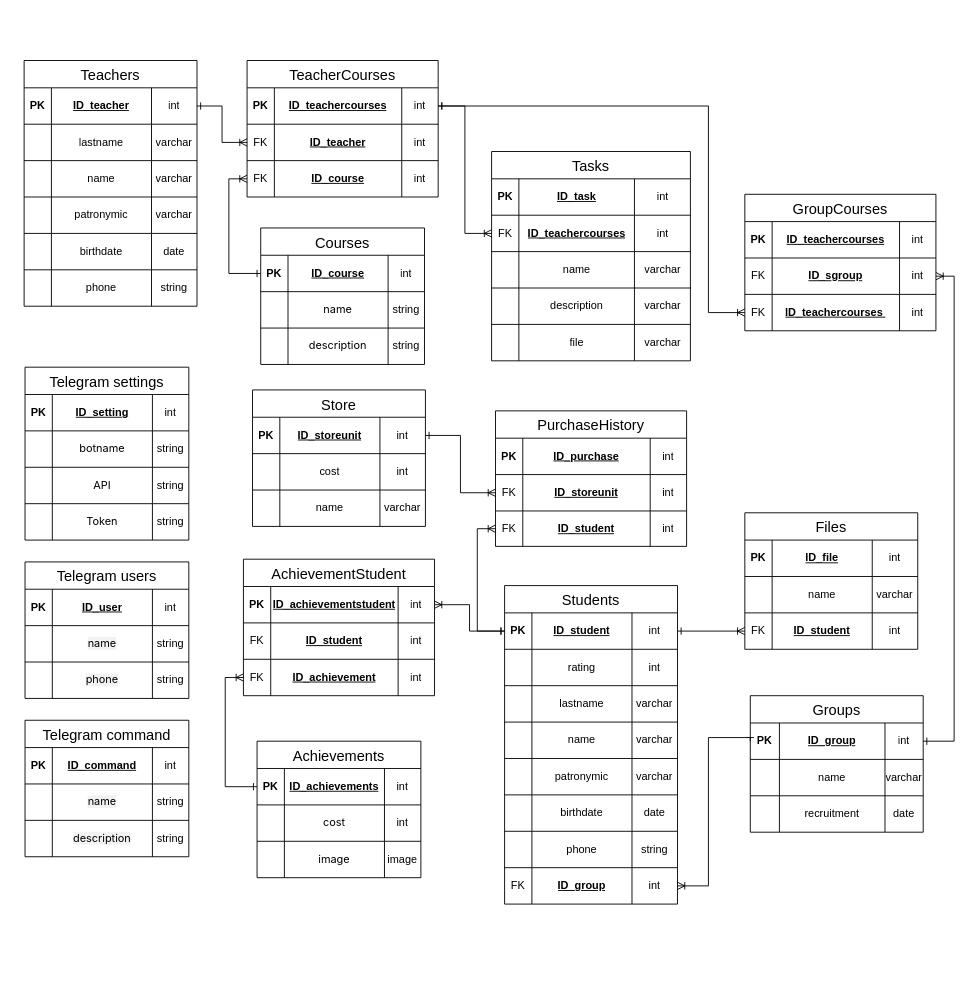
Before: Документация/ER-диаграммаПлюсик.drawio in LerkaIssy/Plyusik, a draw.io diagram. Source tidied: cells renumbered, new cells numbered last; positions are measured from the earlier drawing's top-left corner, leaving out a move shared by most shapes. Both pictures are drawn from the tidied source at 91%, with x=0, y=0 at pixel (24, 60).
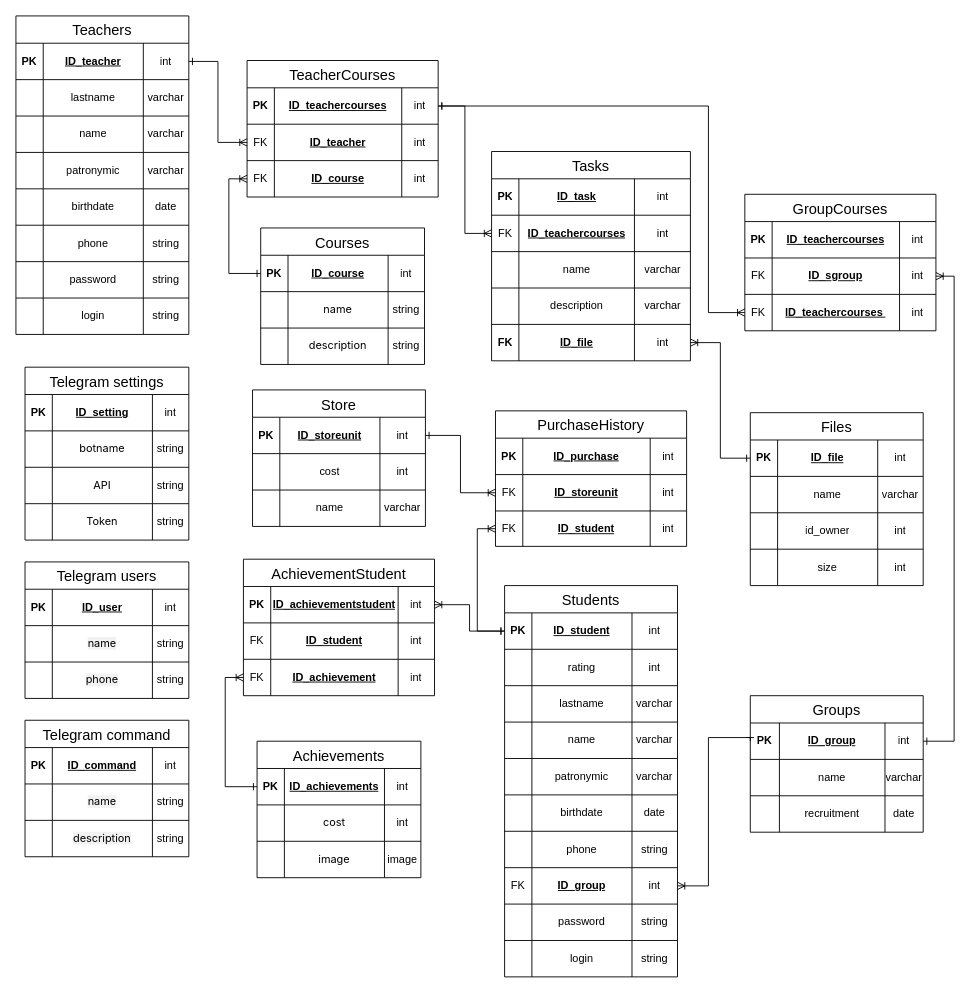
The same diagram, later.

Commit message (it also covers changes not shown here):
Завершение работы с ER-диаграммой

The change refers to these unchanged cells:
```xml
<mxCell id="123" style="shape=tableRow;horizontal=0;startSize=0;swimlaneHead=0;swimlaneBody=0;strokeColor=inherit;top=0;left=0;bottom=0;right=0;fillColor=none;points=[[0,0.5],[1,0.5]];portConstraint=eastwest;fontSize=12;" parent="122" vertex="1">
  <mxGeometry y="30" width="190" height="40" as="geometry" />
</mxCell>
<mxCell id="156" style="shape=tableRow;horizontal=0;startSize=0;swimlaneHead=0;swimlaneBody=0;strokeColor=inherit;top=0;left=0;bottom=0;right=0;fillColor=none;points=[[0,0.5],[1,0.5]];portConstraint=eastwest;fontSize=12;" parent="155" vertex="1">
  <mxGeometry y="30" width="190" height="40" as="geometry" />
</mxCell>
<mxCell id="164" style="shape=tableRow;horizontal=0;startSize=0;swimlaneHead=0;swimlaneBody=0;strokeColor=inherit;top=0;left=0;bottom=0;right=0;fillColor=none;points=[[0,0.5],[1,0.5]];portConstraint=eastwest;fontSize=12;" parent="155" vertex="1">
  <mxGeometry y="110" width="190" height="40" as="geometry" />
</mxCell>
<mxCell id="242" style="shape=tableRow;horizontal=0;startSize=0;swimlaneHead=0;swimlaneBody=0;strokeColor=inherit;top=0;left=0;bottom=0;right=0;fillColor=none;points=[[0,0.5],[1,0.5]];portConstraint=eastwest;fontSize=12;" parent="225" vertex="1">
  <mxGeometry y="190" width="218.5" height="40" as="geometry" />
</mxCell>
```

The edit, as a diff of the source:
```diff
@@
     <mxCell id="2" value="Teachers" style="shape=table;startSize=30;childLayout=tableLayout;strokeColor=default;fontSize=16;" parent="1" vertex="1">
-      <mxGeometry width="190" height="270" as="geometry" />
+      <mxGeometry x="-9" y="-49" width="190" height="350" as="geometry" />
     </mxCell>
@@
+    <mxCell id="252" style="shape=tableRow;horizontal=0;startSize=0;swimlaneHead=0;swimlaneBody=0;strokeColor=inherit;top=0;left=0;bottom=0;right=0;fillColor=none;fontSize=12;" parent="2" vertex="1">
+      <mxGeometry y="270" width="190" height="40" as="geometry" />
+    </mxCell>
+    <mxCell id="253" style="shape=partialRectangle;html=1;whiteSpace=wrap;strokeColor=inherit;overflow=hidden;fillColor=none;top=0;left=0;bottom=0;right=0;fontSize=12;" parent="252" vertex="1">
+      <mxGeometry width="30" height="40" as="geometry" />
+    </mxCell>
+    <mxCell id="254" value="&lt;span style=&quot;text-align: left;&quot;&gt;password&lt;/span&gt;" style="shape=partialRectangle;html=1;whiteSpace=wrap;strokeColor=inherit;overflow=hidden;fillColor=none;top=0;left=0;bottom=0;right=0;fontSize=12;" parent="252" vertex="1">
+      <mxGeometry x="30" width="110" height="40" as="geometry" />
+    </mxCell>
+    <mxCell id="255" value="string" style="shape=partialRectangle;html=1;whiteSpace=wrap;strokeColor=inherit;overflow=hidden;fillColor=none;top=0;left=0;bottom=0;right=0;fontSize=12;" parent="252" vertex="1">
+      <mxGeometry x="140" width="50" height="40" as="geometry" />
+    </mxCell>
+    <mxCell id="256" style="shape=tableRow;horizontal=0;startSize=0;swimlaneHead=0;swimlaneBody=0;strokeColor=inherit;top=0;left=0;bottom=0;right=0;fillColor=none;fontSize=12;" parent="2" vertex="1">
+      <mxGeometry y="310" width="190" height="40" as="geometry" />
+    </mxCell>
+    <mxCell id="257" style="shape=partialRectangle;html=1;whiteSpace=wrap;strokeColor=inherit;overflow=hidden;fillColor=none;top=0;left=0;bottom=0;right=0;fontSize=12;" parent="256" vertex="1">
+      <mxGeometry width="30" height="40" as="geometry" />
+    </mxCell>
+    <mxCell id="258" value="&lt;span style=&quot;text-align: left;&quot;&gt;login&lt;/span&gt;" style="shape=partialRectangle;html=1;whiteSpace=wrap;strokeColor=inherit;overflow=hidden;fillColor=none;top=0;left=0;bottom=0;right=0;fontSize=12;" parent="256" vertex="1">
+      <mxGeometry x="30" width="110" height="40" as="geometry" />
+    </mxCell>
+    <mxCell id="259" value="string" style="shape=partialRectangle;html=1;whiteSpace=wrap;strokeColor=inherit;overflow=hidden;fillColor=none;top=0;left=0;bottom=0;right=0;fontSize=12;" parent="256" vertex="1">
+      <mxGeometry x="140" width="50" height="40" as="geometry" />
+    </mxCell>
@@
     <mxCell id="122" value="Students" style="shape=table;startSize=30;childLayout=tableLayout;strokeColor=default;fontSize=16;" parent="1" vertex="1">
-      <mxGeometry x="528" y="577" width="190" height="350" as="geometry" />
+      <mxGeometry x="528" y="577" width="190" height="430" as="geometry" />
     </mxCell>
@@
+    <mxCell id="260" style="shape=tableRow;horizontal=0;startSize=0;swimlaneHead=0;swimlaneBody=0;strokeColor=inherit;top=0;left=0;bottom=0;right=0;fillColor=none;fontSize=12;" parent="122" vertex="1">
+      <mxGeometry y="350" width="190" height="40" as="geometry" />
+    </mxCell>
+    <mxCell id="261" style="shape=partialRectangle;html=1;whiteSpace=wrap;strokeColor=inherit;overflow=hidden;fillColor=none;top=0;left=0;bottom=0;right=0;fontSize=12;" parent="260" vertex="1">
+      <mxGeometry width="30" height="40" as="geometry" />
+    </mxCell>
+    <mxCell id="262" value="&lt;div style=&quot;text-align: left;&quot;&gt;&lt;span style=&quot;background-color: transparent; color: light-dark(rgb(0, 0, 0), rgb(255, 255, 255));&quot;&gt;password&lt;/span&gt;&lt;/div&gt;" style="shape=partialRectangle;html=1;whiteSpace=wrap;strokeColor=inherit;overflow=hidden;fillColor=none;top=0;left=0;bottom=0;right=0;fontSize=12;" parent="260" vertex="1">
+      <mxGeometry x="30" width="110" height="40" as="geometry" />
+    </mxCell>
+    <mxCell id="263" value="string" style="shape=partialRectangle;html=1;whiteSpace=wrap;strokeColor=inherit;overflow=hidden;fillColor=none;top=0;left=0;bottom=0;right=0;fontSize=12;" parent="260" vertex="1">
+      <mxGeometry x="140" width="50" height="40" as="geometry" />
+    </mxCell>
+    <mxCell id="264" style="shape=tableRow;horizontal=0;startSize=0;swimlaneHead=0;swimlaneBody=0;strokeColor=inherit;top=0;left=0;bottom=0;right=0;fillColor=none;fontSize=12;" parent="122" vertex="1">
+      <mxGeometry y="390" width="190" height="40" as="geometry" />
+    </mxCell>
+    <mxCell id="265" style="shape=partialRectangle;html=1;whiteSpace=wrap;strokeColor=inherit;overflow=hidden;fillColor=none;top=0;left=0;bottom=0;right=0;fontSize=12;" parent="264" vertex="1">
+      <mxGeometry width="30" height="40" as="geometry" />
+    </mxCell>
+    <mxCell id="266" value="&lt;div style=&quot;text-align: left;&quot;&gt;&lt;span style=&quot;background-color: transparent; color: light-dark(rgb(0, 0, 0), rgb(255, 255, 255));&quot;&gt;login&lt;/span&gt;&lt;/div&gt;" style="shape=partialRectangle;html=1;whiteSpace=wrap;strokeColor=inherit;overflow=hidden;fillColor=none;top=0;left=0;bottom=0;right=0;fontSize=12;" parent="264" vertex="1">
+      <mxGeometry x="30" width="110" height="40" as="geometry" />
+    </mxCell>
+    <mxCell id="267" value="string" style="shape=partialRectangle;html=1;whiteSpace=wrap;strokeColor=inherit;overflow=hidden;fillColor=none;top=0;left=0;bottom=0;right=0;fontSize=12;" parent="264" vertex="1">
+      <mxGeometry x="140" width="50" height="40" as="geometry" />
+    </mxCell>
     <mxCell id="155" value="Files" style="shape=table;startSize=30;childLayout=tableLayout;strokeColor=default;fontSize=16;" parent="1" vertex="1">
-      <mxGeometry x="792" y="497" width="190" height="150" as="geometry" />
+      <mxGeometry x="798" y="387" width="190" height="190" as="geometry" />
     </mxCell>
@@
-    <mxCell id="165" value="FK" style="shape=partialRectangle;html=1;whiteSpace=wrap;strokeColor=inherit;overflow=hidden;fillColor=none;top=0;left=0;bottom=0;right=0;fontSize=12;" parent="164" vertex="1">
+    <mxCell id="165" style="shape=partialRectangle;html=1;whiteSpace=wrap;strokeColor=inherit;overflow=hidden;fillColor=none;top=0;left=0;bottom=0;right=0;fontSize=12;" parent="164" vertex="1">
       <mxGeometry width="30" height="40" as="geometry" />
     </mxCell>
-    <mxCell id="166" value="&lt;span style=&quot;font-weight: 700; text-align: left; text-decoration-line: underline;&quot;&gt;ID_student&lt;/span&gt;" style="shape=partialRectangle;html=1;whiteSpace=wrap;strokeColor=inherit;overflow=hidden;fillColor=none;top=0;left=0;bottom=0;right=0;fontSize=12;" parent="164" vertex="1">
+    <mxCell id="166" value="id_owner" style="shape=partialRectangle;html=1;whiteSpace=wrap;strokeColor=inherit;overflow=hidden;fillColor=none;top=0;left=0;bottom=0;right=0;fontSize=12;" parent="164" vertex="1">
       <mxGeometry x="30" width="110" height="40" as="geometry" />
     </mxCell>
@@
+    <mxCell id="268" style="shape=tableRow;horizontal=0;startSize=0;swimlaneHead=0;swimlaneBody=0;strokeColor=inherit;top=0;left=0;bottom=0;right=0;fillColor=none;fontSize=12;" parent="155" vertex="1">
+      <mxGeometry y="150" width="190" height="40" as="geometry" />
+    </mxCell>
+    <mxCell id="269" style="shape=partialRectangle;html=1;whiteSpace=wrap;strokeColor=inherit;overflow=hidden;fillColor=none;top=0;left=0;bottom=0;right=0;fontSize=12;" parent="268" vertex="1">
+      <mxGeometry width="30" height="40" as="geometry" />
+    </mxCell>
+    <mxCell id="270" value="size" style="shape=partialRectangle;html=1;whiteSpace=wrap;strokeColor=inherit;overflow=hidden;fillColor=none;top=0;left=0;bottom=0;right=0;fontSize=12;" parent="268" vertex="1">
+      <mxGeometry x="30" width="110" height="40" as="geometry" />
+    </mxCell>
+    <mxCell id="271" value="int" style="shape=partialRectangle;html=1;whiteSpace=wrap;strokeColor=inherit;overflow=hidden;fillColor=none;top=0;left=0;bottom=0;right=0;fontSize=12;" parent="268" vertex="1">
+      <mxGeometry x="140" width="50" height="40" as="geometry" />
+    </mxCell>
@@
-    <mxCell id="243" style="shape=partialRectangle;html=1;whiteSpace=wrap;strokeColor=inherit;overflow=hidden;fillColor=none;top=0;left=0;bottom=0;right=0;fontSize=12;" parent="242" vertex="1">
+    <mxCell id="243" value="&lt;span style=&quot;font-weight: 700;&quot;&gt;FK&lt;/span&gt;" style="shape=partialRectangle;html=1;whiteSpace=wrap;strokeColor=inherit;overflow=hidden;fillColor=none;top=0;left=0;bottom=0;right=0;fontSize=12;" parent="242" vertex="1">
       <mxGeometry width="30" height="40" as="geometry" />
     </mxCell>
-    <mxCell id="244" value="file" style="shape=partialRectangle;html=1;whiteSpace=wrap;strokeColor=inherit;overflow=hidden;fillColor=none;top=0;left=0;bottom=0;right=0;fontSize=12;" parent="242" vertex="1">
+    <mxCell id="244" value="&lt;span style=&quot;font-weight: 700; text-align: left; text-decoration-line: underline;&quot;&gt;ID_file&lt;/span&gt;" style="shape=partialRectangle;html=1;whiteSpace=wrap;strokeColor=inherit;overflow=hidden;fillColor=none;top=0;left=0;bottom=0;right=0;fontSize=12;" parent="242" vertex="1">
       <mxGeometry x="30" width="127" height="40" as="geometry" />
     </mxCell>
-    <mxCell id="245" value="varchar" style="shape=partialRectangle;html=1;whiteSpace=wrap;strokeColor=inherit;overflow=hidden;fillColor=none;top=0;left=0;bottom=0;right=0;fontSize=12;" parent="242" vertex="1">
+    <mxCell id="245" value="int" style="shape=partialRectangle;html=1;whiteSpace=wrap;strokeColor=inherit;overflow=hidden;fillColor=none;top=0;left=0;bottom=0;right=0;fontSize=12;" parent="242" vertex="1">
       <mxGeometry x="157" width="62" height="40" as="geometry" />
     </mxCell>
@@
-    <mxCell id="247" style="edgeStyle=orthogonalEdgeStyle;shape=connector;rounded=0;jettySize=auto;html=1;exitX=1;exitY=0.5;exitDx=0;exitDy=0;entryX=0;entryY=0.5;entryDx=0;entryDy=0;strokeColor=default;align=center;verticalAlign=middle;fontFamily=Helvetica;fontSize=11;fontColor=default;labelBackgroundColor=default;startArrow=ERone;startFill=0;endArrow=ERoneToMany;endFill=0;" parent="1" edge="1" source="123" target="164">
-      <mxGeometry relative="1" as="geometry" />
-    </mxCell>
@@
+    <mxCell id="272" style="edgeStyle=orthogonalEdgeStyle;rounded=0;jettySize=auto;html=1;exitX=0;exitY=0.5;exitDx=0;exitDy=0;entryX=1;entryY=0.5;entryDx=0;entryDy=0;startArrow=ERone;startFill=0;endArrow=ERoneToMany;endFill=0;" parent="1" edge="1" source="156" target="242">
+      <mxGeometry relative="1" as="geometry" />
+    </mxCell>
```
